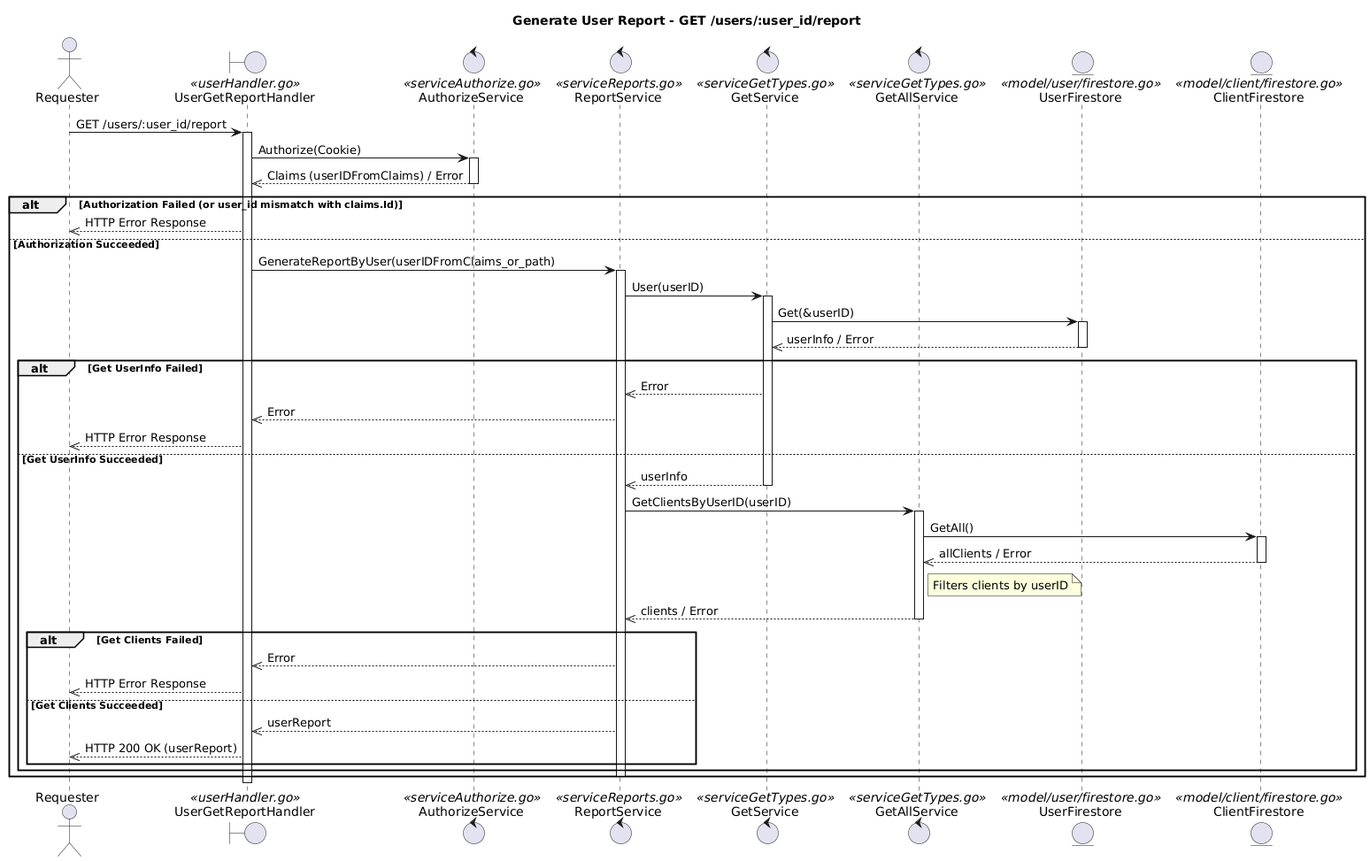
This is docs/Report/SequenciaReportByUser.png from JulioKobayashiEbury/BankingAPI, a PlantUML export, as it was before one commit. The source it was exported from:
```plantuml
@startuml
title Generate User Report - GET /users/:user_id/report

actor Requester
boundary UserGetReportHandler <<userHandler.go>>
control AuthorizeService <<serviceAuthorize.go>>
control ReportService <<serviceReports.go>>
control GetService <<serviceGetTypes.go>>
control GetAllService <<serviceGetTypes.go>>
entity UserFirestore <<model/user/firestore.go>>
entity ClientFirestore <<model/client/firestore.go>>

Requester -> UserGetReportHandler : GET /users/:user_id/report
activate UserGetReportHandler

UserGetReportHandler -> AuthorizeService : Authorize(Cookie)
activate AuthorizeService
AuthorizeService -->> UserGetReportHandler : Claims (userIDFromClaims) / Error
deactivate AuthorizeService

alt Authorization Failed (or user_id mismatch with claims.Id)
    UserGetReportHandler -->> Requester : HTTP Error Response
else Authorization Succeeded
    UserGetReportHandler -> ReportService : GenerateReportByUser(userIDFromClaims_or_path)
    activate ReportService
    ReportService -> GetService : User(userID)
    activate GetService
    GetService -> UserFirestore : Get(&userID)
    activate UserFirestore
    UserFirestore -->> GetService : userInfo / Error
    deactivate UserFirestore

    alt Get UserInfo Failed
        GetService -->> ReportService : Error
        ReportService -->> UserGetReportHandler : Error
        UserGetReportHandler -->> Requester : HTTP Error Response
    else Get UserInfo Succeeded
        GetService -->> ReportService : userInfo
        deactivate GetService
        ReportService -> GetAllService : GetClientsByUserID(userID)
        activate GetAllService
        GetAllService -> ClientFirestore : GetAll()
        activate ClientFirestore
        ClientFirestore -->> GetAllService : allClients / Error
        deactivate ClientFirestore
        note right of GetAllService : Filters clients by userID
        GetAllService -->> ReportService : clients / Error
        deactivate GetAllService

        alt Get Clients Failed
            ReportService -->> UserGetReportHandler : Error
            UserGetReportHandler -->> Requester : HTTP Error Response
        else Get Clients Succeeded
            ReportService -->> UserGetReportHandler : userReport
            UserGetReportHandler -->> Requester : HTTP 200 OK (userReport)
        end
    end
    deactivate ReportService
end
deactivate UserGetReportHandler
@enduml
```
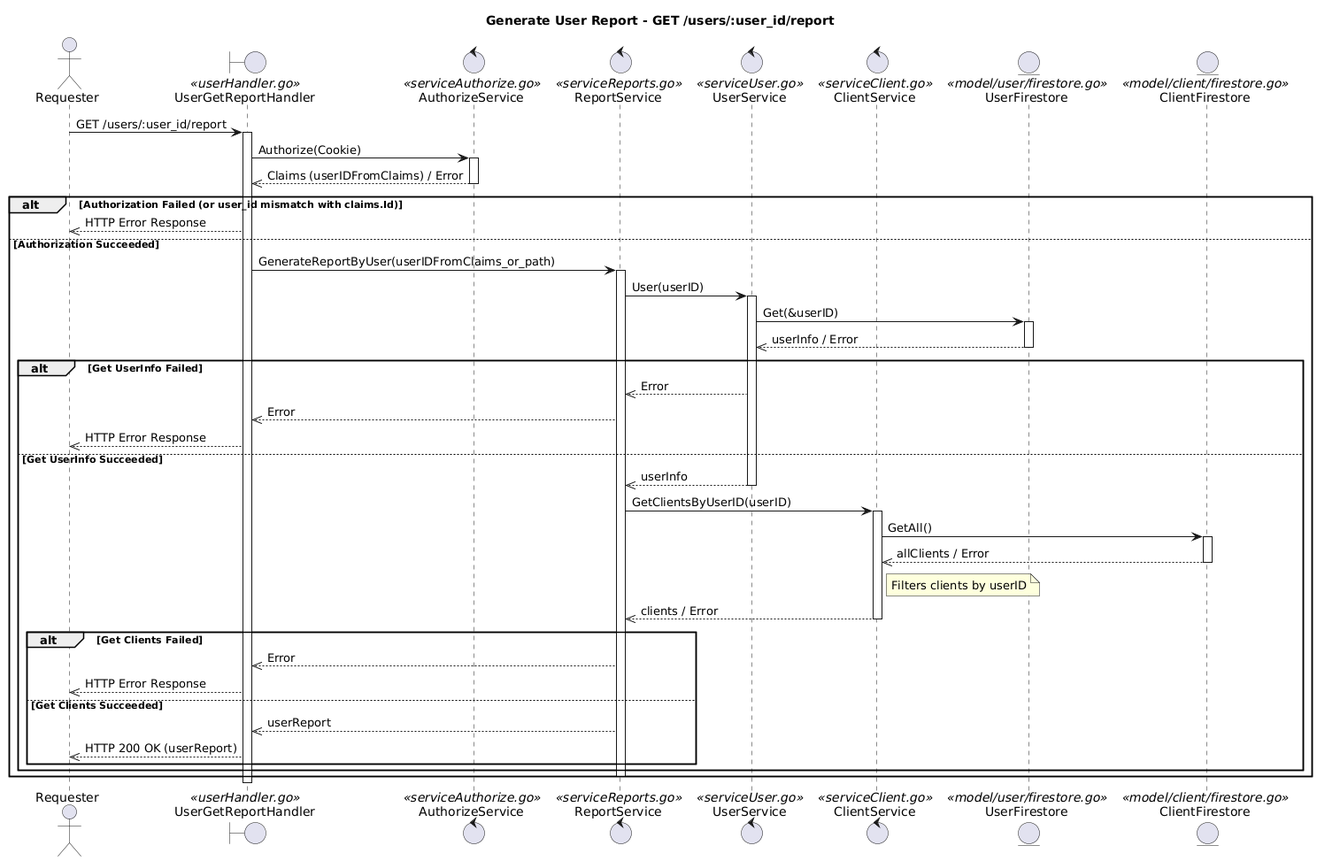
Later version of the same file.

The edit, as a diff of the source:
```diff
@@ -5,8 +5,8 @@
 boundary UserGetReportHandler <<userHandler.go>>
 control AuthorizeService <<serviceAuthorize.go>>
 control ReportService <<serviceReports.go>>
-control GetService <<serviceGetTypes.go>>
-control GetAllService <<serviceGetTypes.go>>
+control UserService <<serviceUser.go>>
+control ClientService <<serviceClient.go>>
 entity UserFirestore <<model/user/firestore.go>>
 entity ClientFirestore <<model/client/firestore.go>>
 
@@ -23,29 +23,29 @@
 else Authorization Succeeded
     UserGetReportHandler -> ReportService : GenerateReportByUser(userIDFromClaims_or_path)
     activate ReportService
-    ReportService -> GetService : User(userID)
-    activate GetService
-    GetService -> UserFirestore : Get(&userID)
+    ReportService -> UserService : User(userID)
+    activate UserService
+    UserService -> UserFirestore : Get(&userID)
     activate UserFirestore
-    UserFirestore -->> GetService : userInfo / Error
+    UserFirestore -->> UserService : userInfo / Error
     deactivate UserFirestore
 
     alt Get UserInfo Failed
-        GetService -->> ReportService : Error
+        UserService -->> ReportService : Error
         ReportService -->> UserGetReportHandler : Error
         UserGetReportHandler -->> Requester : HTTP Error Response
     else Get UserInfo Succeeded
-        GetService -->> ReportService : userInfo
-        deactivate GetService
-        ReportService -> GetAllService : GetClientsByUserID(userID)
-        activate GetAllService
-        GetAllService -> ClientFirestore : GetAll()
+        UserService -->> ReportService : userInfo
+        deactivate UserService
+        ReportService -> ClientService : GetClientsByUserID(userID)
+        activate ClientService
+        ClientService -> ClientFirestore : GetAll()
         activate ClientFirestore
-        ClientFirestore -->> GetAllService : allClients / Error
+        ClientFirestore -->> ClientService : allClients / Error
         deactivate ClientFirestore
-        note right of GetAllService : Filters clients by userID
-        GetAllService -->> ReportService : clients / Error
-        deactivate GetAllService
+        note right of ClientService : Filters clients by userID
+        ClientService -->> ReportService : clients / Error
+        deactivate ClientService
 
         alt Get Clients Failed
             ReportService -->> UserGetReportHandler : Error
```
